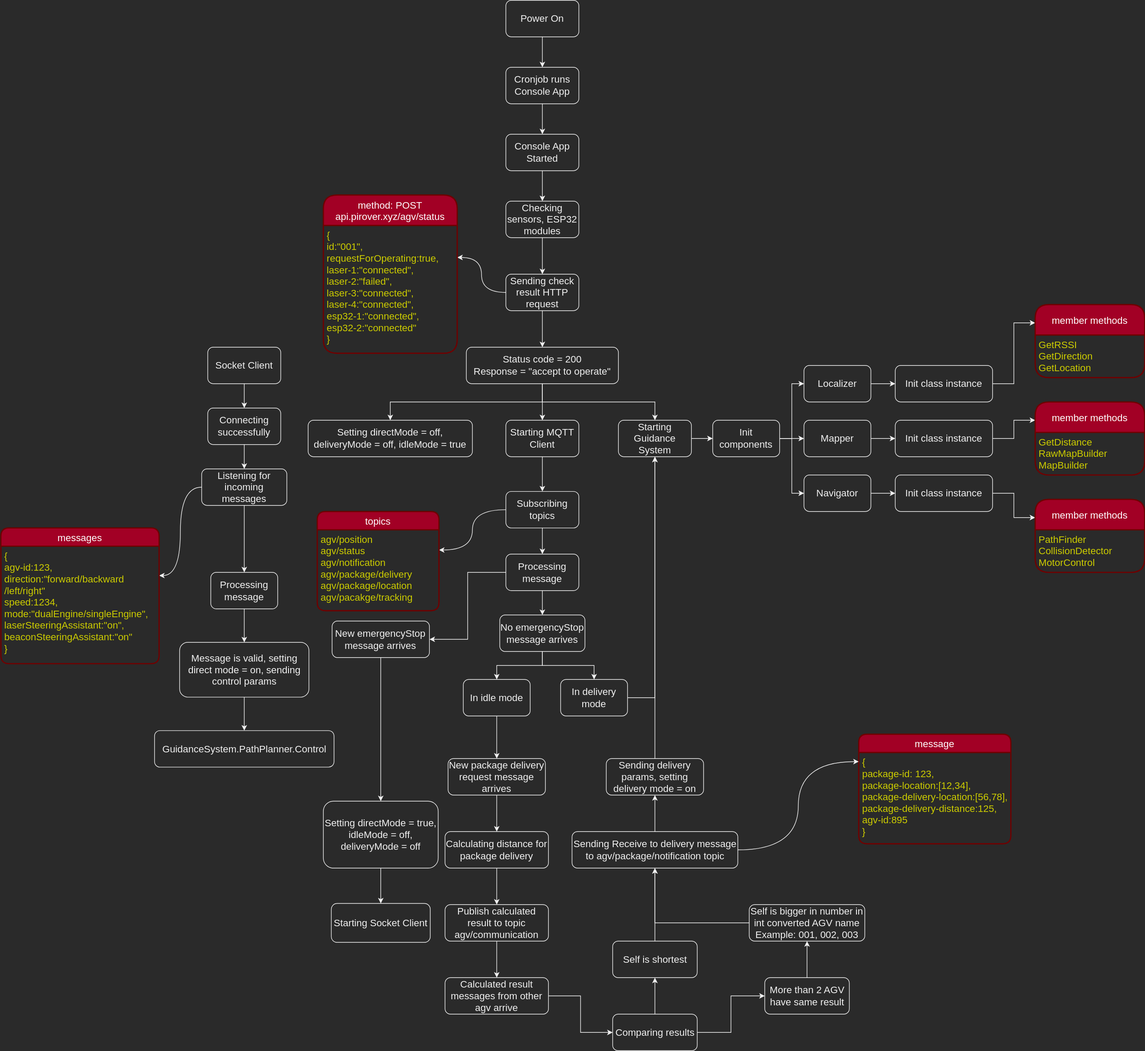
Above: WorkFlows/AGV.svg in kirichain/AGV (draw.io), before the change. Source tidied: cells renumbered, new cells last; positions are measured from the earlier drawing's top-left corner, leaving out a move shared by most shapes.
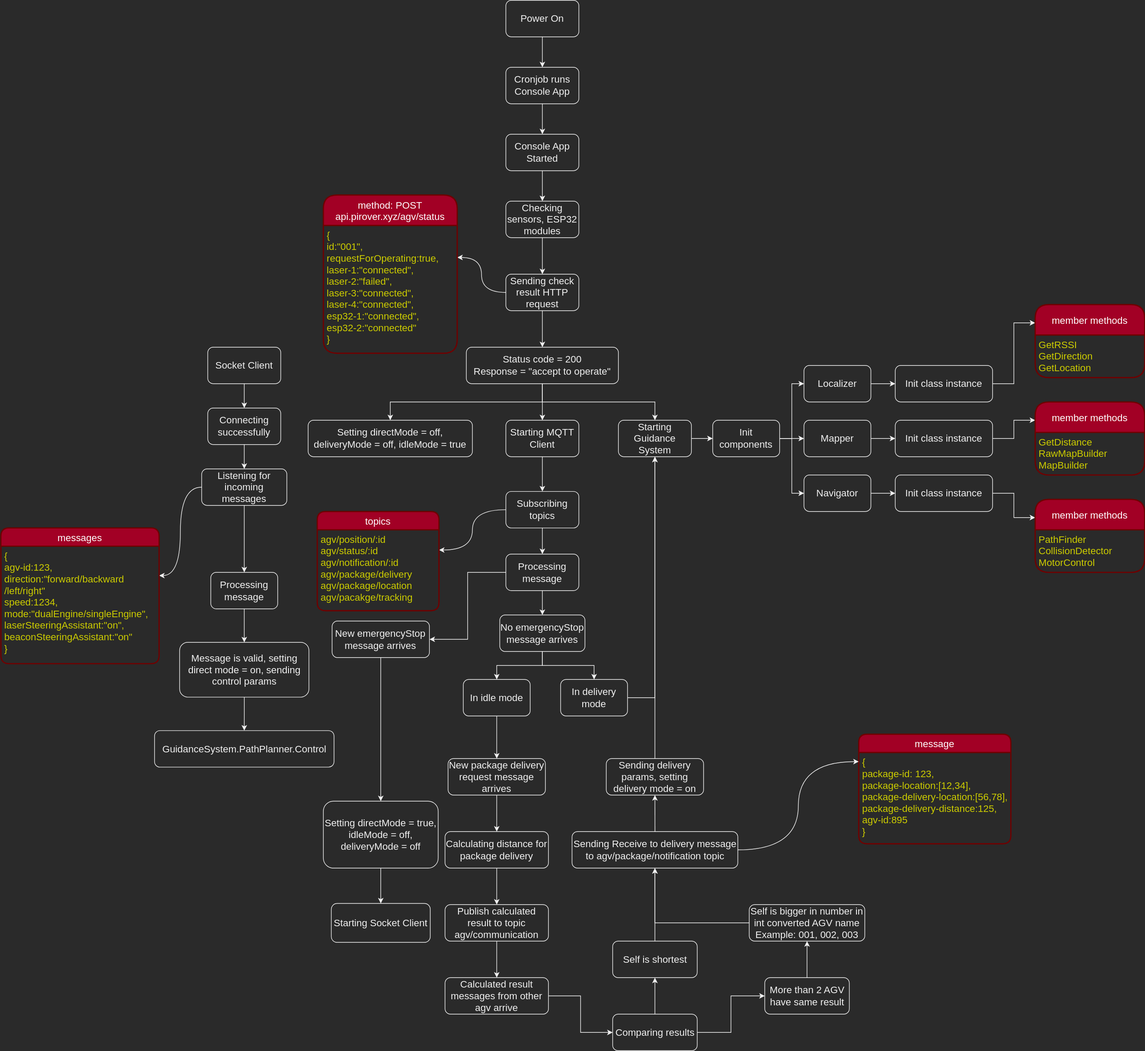
Later version of the same file.

The edit, as a diff of the source:
```diff
@@ -83,7 +83,7 @@
     <mxCell id="28" value="topics" style="swimlane;horizontal=1;startSize=30;rounded=1;fontSize=16;fontStyle=0;strokeWidth=2;shadow=0;dashed=0;align=center;fillColor=#a20025;fontColor=#ffffff;strokeColor=#6F0000;" parent="1" vertex="1">
       <mxGeometry x="520" y="840" width="200" height="163" as="geometry" />
     </mxCell>
-    <mxCell id="29" value="agv/position&#10;agv/status&#10;agv/notification&#10;agv/package/delivery&#10;agv/package/location&#10;agv/pacakge/tracking" style="align=left;strokeColor=none;fillColor=none;spacingLeft=4;fontSize=16;verticalAlign=top;fontColor=#CCCC00;" parent="28" vertex="1">
+    <mxCell id="29" value="agv/position/:id&#10;agv/status/:id&#10;agv/notification/:id&#10;agv/package/delivery&#10;agv/package/location&#10;agv/pacakge/tracking" style="align=left;strokeColor=none;fillColor=none;spacingLeft=4;fontSize=16;verticalAlign=top;fontColor=#CCCC00;" parent="28" vertex="1">
       <mxGeometry y="30" width="200" height="133" as="geometry" />
     </mxCell>
     <mxCell id="30" style="edgeStyle=orthogonalEdgeStyle;curved=1;rounded=0;orthogonalLoop=1;jettySize=auto;html=1;exitX=0.5;exitY=1;exitDx=0;exitDy=0;fontSize=16;" parent="28" edge="1" source="29" target="29">
```
